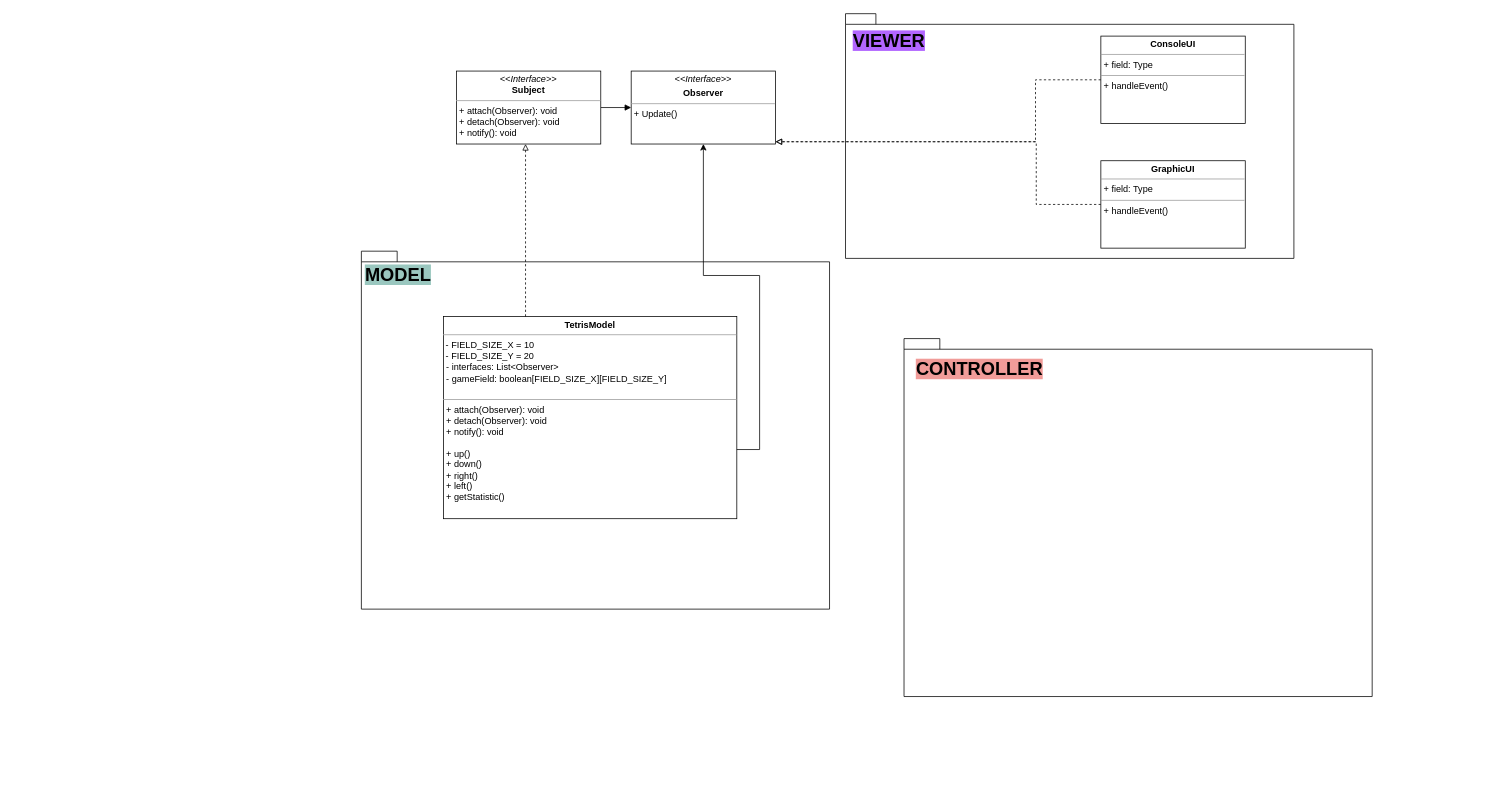
Earlier version of the draw.io diagram JAVA_OOP/uml/tetris.drawio (extio1/FIT_NSU4). Source tidied: cells renumbered, new cells numbered last; positions are measured from the earlier drawing's top-left corner, leaving out a move shared by most shapes. Both pictures are drawn from the tidied source at 76%, with x=0, y=0 at pixel (361, 14).
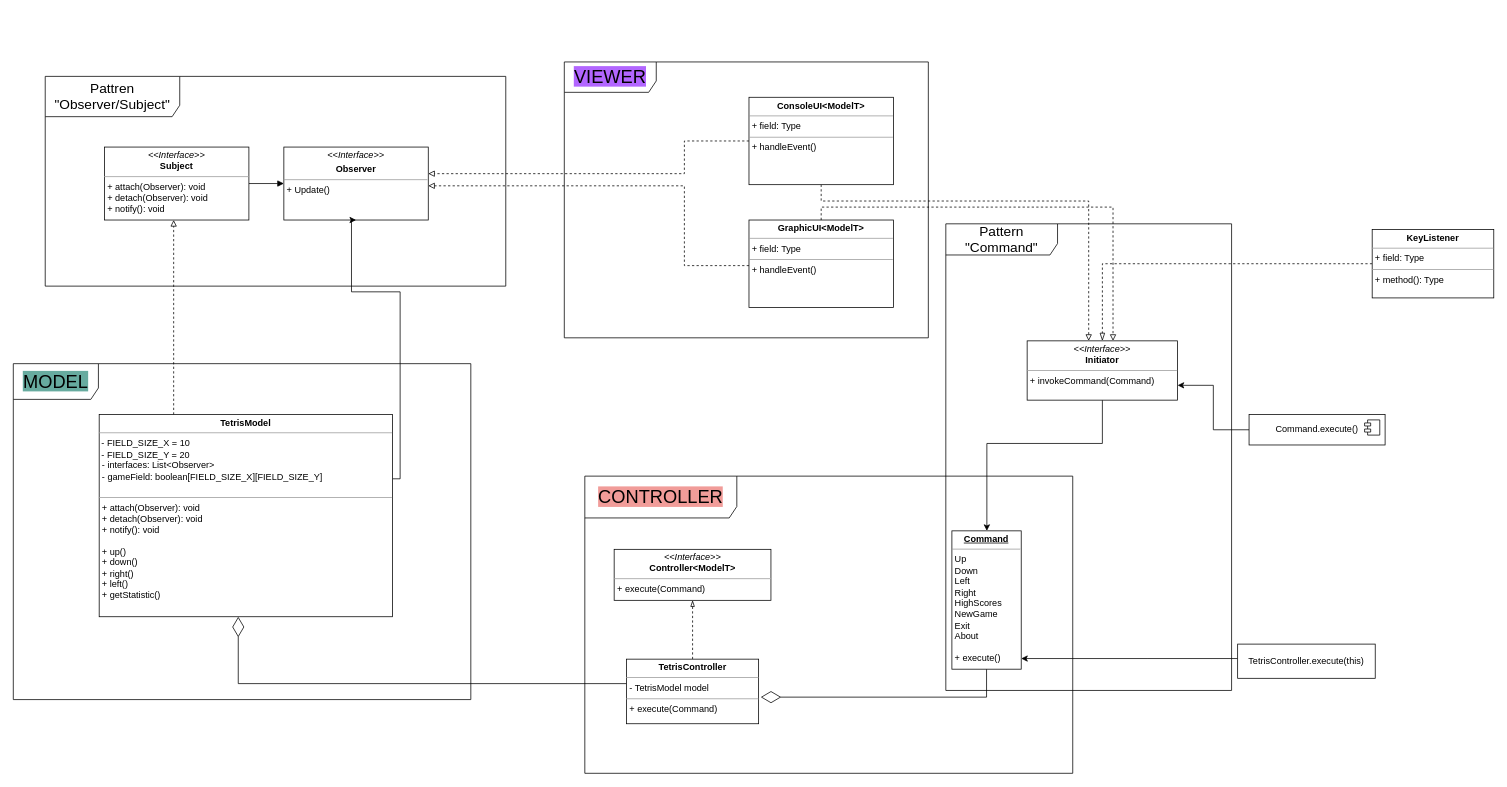
After the change.

Change to the diagram source:
```diff
@@
-    <mxCell id="2" style="group;" parent="1" vertex="1">
-      <mxGeometry x="714" y="427" width="616" height="471" as="geometry" />
-    </mxCell>
-    <mxCell id="3" style="shape=folder;fontStyle=1;spacingTop=10;tabWidth=40;tabHeight=14;tabPosition=left;html=1;whiteSpace=wrap;" parent="2" vertex="1">
-      <mxGeometry width="616" height="471" as="geometry" />
-    </mxCell>
-    <mxCell id="4" value="&lt;font style=&quot;font-size: 24px; background-color: rgb(241, 156, 153);&quot;&gt;CONTROLLER&lt;/font&gt;" style="text;align=center;fontStyle=1;verticalAlign=middle;spacingLeft=3;spacingRight=3;strokeColor=none;html=1;" parent="2" vertex="1">
-      <mxGeometry x="59" y="28" width="80" height="26" as="geometry" />
-    </mxCell>
-    <mxCell id="5" style="group;" parent="1" vertex="1">
-      <mxGeometry x="637" y="-0.5" width="590" height="322" as="geometry" />
-    </mxCell>
-    <mxCell id="6" style="shape=folder;fontStyle=1;spacingTop=10;tabWidth=40;tabHeight=14;tabPosition=left;html=1;whiteSpace=wrap;" parent="5" vertex="1">
-      <mxGeometry width="590" height="322" as="geometry" />
-    </mxCell>
-    <mxCell id="7" value="&lt;font style=&quot;font-size: 24px; background-color: rgb(178, 102, 255);&quot;&gt;VIEWER&lt;/font&gt;" style="text;align=center;fontStyle=1;verticalAlign=middle;spacingLeft=3;spacingRight=3;strokeColor=none;html=1;" parent="5" vertex="1">
-      <mxGeometry x="17" y="23.5" width="80" height="26" as="geometry" />
-    </mxCell>
-    <mxCell id="8" style="group;" parent="1" vertex="1">
-      <mxGeometry y="312" width="616" height="471" as="geometry" />
-    </mxCell>
-    <mxCell id="9" style="shape=folder;fontStyle=1;spacingTop=10;tabWidth=40;tabHeight=14;tabPosition=left;html=1;whiteSpace=wrap;" parent="8" vertex="1">
-      <mxGeometry width="616" height="471" as="geometry" />
-    </mxCell>
-    <mxCell id="10" value="&lt;font style=&quot;font-size: 24px; background-color: rgb(154, 199, 191);&quot;&gt;MODEL&lt;/font&gt;" style="text;align=center;fontStyle=1;verticalAlign=middle;spacingLeft=3;spacingRight=3;strokeColor=none;html=1;" parent="8" vertex="1">
-      <mxGeometry x="8" y="19" width="80" height="26" as="geometry" />
-    </mxCell>
-    <mxCell id="11" value="&lt;p style=&quot;margin:0px;margin-top:4px;text-align:center;&quot;&gt;&lt;b&gt;TetrisModel&lt;/b&gt;&lt;/p&gt;&lt;hr size=&quot;1&quot;&gt;&amp;nbsp;- FIELD_SIZE_X = 10&lt;br&gt;&amp;nbsp;- FIELD_SIZE_Y = 20&lt;br&gt;&lt;p style=&quot;margin:0px;margin-left:4px;&quot;&gt;- interfaces: List&amp;lt;Observer&amp;gt;&lt;/p&gt;&lt;p style=&quot;margin:0px;margin-left:4px;&quot;&gt;- gameField: boolean[FIELD_SIZE_X][FIELD_SIZE_Y]&lt;/p&gt;&lt;p style=&quot;margin:0px;margin-left:4px;&quot;&gt;&lt;br&gt;&lt;/p&gt;&lt;hr size=&quot;1&quot;&gt;&lt;p style=&quot;border-color: var(--border-color); margin: 0px 0px 0px 4px;&quot;&gt;+ attach(Observer): void&lt;br style=&quot;border-color: var(--border-color);&quot;&gt;+ detach(Observer): void&lt;/p&gt;&lt;p style=&quot;border-color: var(--border-color); margin: 0px 0px 0px 4px;&quot;&gt;+ notify(): void&lt;/p&gt;&lt;p style=&quot;border-color: var(--border-color); margin: 0px 0px 0px 4px;&quot;&gt;&lt;br&gt;&lt;/p&gt;&lt;p style=&quot;border-color: var(--border-color); margin: 0px 0px 0px 4px;&quot;&gt;+ up()&lt;/p&gt;&lt;p style=&quot;border-color: var(--border-color); margin: 0px 0px 0px 4px;&quot;&gt;+ down()&lt;/p&gt;&lt;p style=&quot;border-color: var(--border-color); margin: 0px 0px 0px 4px;&quot;&gt;+ right()&lt;/p&gt;&lt;p style=&quot;border-color: var(--border-color); margin: 0px 0px 0px 4px;&quot;&gt;+ left()&lt;/p&gt;&lt;p style=&quot;border-color: var(--border-color); margin: 0px 0px 0px 4px;&quot;&gt;+ getStatistic()&lt;/p&gt;&lt;p style=&quot;border-color: var(--border-color); margin: 0px 0px 0px 4px;&quot;&gt;&lt;br&gt;&lt;/p&gt;" style="verticalAlign=top;align=left;overflow=fill;fontSize=12;fontFamily=Helvetica;html=1;whiteSpace=wrap;" parent="8" vertex="1">
-      <mxGeometry x="108" y="86" width="386" height="266" as="geometry" />
-    </mxCell>
@@
     <mxCell id="13" style="edgeStyle=orthogonalEdgeStyle;rounded=0;jettySize=auto;html=1;endArrow=block;endFill=0;dashed=1;" parent="1" edge="1" source="14" target="16">
       <mxGeometry relative="1" as="geometry">
         <Array as="points">
-          <mxPoint x="888" y="250" />
-          <mxPoint x="888" y="168" />
+          <mxPoint x="425" y="331" />
+          <mxPoint x="425" y="226" />
         </Array>
       </mxGeometry>
     </mxCell>
+    <mxCell id="22" style="edgeStyle=orthogonalEdgeStyle;rounded=0;jettySize=auto;html=1;exitX=0.5;exitY=0;exitDx=0;exitDy=0;dashed=1;endArrow=block;endFill=0;" parent="1" edge="1" source="14" target="25">
+      <mxGeometry relative="1" as="geometry">
+        <Array as="points">
+          <mxPoint x="605" y="254" />
+          <mxPoint x="989" y="254" />
+        </Array>
+      </mxGeometry>
+    </mxCell>
-    <mxCell id="14" value="&lt;p style=&quot;margin:0px;margin-top:4px;text-align:center;&quot;&gt;&lt;b&gt;GraphicUI&lt;/b&gt;&lt;/p&gt;&lt;hr size=&quot;1&quot;&gt;&lt;p style=&quot;margin:0px;margin-left:4px;&quot;&gt;+ field: Type&lt;/p&gt;&lt;hr size=&quot;1&quot;&gt;&lt;p style=&quot;margin:0px;margin-left:4px;&quot;&gt;+ handleEvent()&lt;br&gt;&lt;/p&gt;" style="verticalAlign=top;align=left;overflow=fill;fontSize=12;fontFamily=Helvetica;html=1;whiteSpace=wrap;" parent="1" vertex="1">
-      <mxGeometry x="973" y="193" width="190" height="115" as="geometry" />
+    <mxCell id="14" value="&lt;p style=&quot;margin:0px;margin-top:4px;text-align:center;&quot;&gt;&lt;b&gt;GraphicUI&amp;lt;ModelT&amp;gt;&lt;/b&gt;&lt;/p&gt;&lt;hr size=&quot;1&quot;&gt;&lt;p style=&quot;margin:0px;margin-left:4px;&quot;&gt;+ field: Type&lt;/p&gt;&lt;hr size=&quot;1&quot;&gt;&lt;p style=&quot;margin:0px;margin-left:4px;&quot;&gt;+ handleEvent()&lt;br&gt;&lt;/p&gt;" style="verticalAlign=top;align=left;overflow=fill;fontSize=12;fontFamily=Helvetica;html=1;whiteSpace=wrap;" parent="1" vertex="1">
+      <mxGeometry x="510" y="271" width="190" height="115" as="geometry" />
     </mxCell>
-    <mxCell id="15" style="edgeStyle=orthogonalEdgeStyle;rounded=0;jettySize=auto;html=1;entryX=0.5;entryY=1;entryDx=0;entryDy=0;" parent="1" edge="1" source="11" target="16">
-      <mxGeometry relative="1" as="geometry">
-        <Array as="points">
-          <mxPoint x="524" y="573" />
-          <mxPoint x="524" y="344" />
-          <mxPoint x="450" y="344" />
-        </Array>
-      </mxGeometry>
-    </mxCell>
     <mxCell id="16" value="&lt;p style=&quot;margin:0px;margin-top:4px;text-align:center;&quot;&gt;&lt;i&gt;&amp;lt;&amp;lt;Interface&amp;gt;&amp;gt;&lt;/i&gt;&lt;br&gt;&lt;/p&gt;&lt;p style=&quot;margin:0px;margin-top:4px;text-align:center;&quot;&gt;&lt;b style=&quot;border-color: var(--border-color);&quot;&gt;Observer&lt;/b&gt;&lt;br&gt;&lt;/p&gt;&lt;hr size=&quot;1&quot;&gt;&lt;p style=&quot;margin:0px;margin-left:4px;&quot;&gt;+ Update()&lt;/p&gt;" style="verticalAlign=top;align=left;overflow=fill;fontSize=12;fontFamily=Helvetica;html=1;whiteSpace=wrap;" parent="1" vertex="1">
-      <mxGeometry x="355" y="75" width="190" height="96" as="geometry" />
+      <mxGeometry x="-102" y="175" width="190" height="96" as="geometry" />
     </mxCell>
     <mxCell id="17" style="edgeStyle=orthogonalEdgeStyle;rounded=0;jettySize=auto;html=1;endArrow=block;endFill=0;dashed=1;" parent="1" edge="1" source="18" target="16">
       <mxGeometry relative="1" as="geometry">
         <Array as="points">
-          <mxPoint x="887" y="86" />
-          <mxPoint x="887" y="168" />
+          <mxPoint x="425" y="167" />
+          <mxPoint x="425" y="210" />
         </Array>
       </mxGeometry>
     </mxCell>
+    <mxCell id="23" style="edgeStyle=orthogonalEdgeStyle;rounded=0;jettySize=auto;html=1;dashed=1;endArrow=block;endFill=0;" parent="1" edge="1" source="18" target="25">
+      <mxGeometry relative="1" as="geometry">
+        <Array as="points">
+          <mxPoint x="605" y="246" />
+          <mxPoint x="957" y="246" />
+        </Array>
+      </mxGeometry>
+    </mxCell>
-    <mxCell id="18" value="&lt;p style=&quot;margin:0px;margin-top:4px;text-align:center;&quot;&gt;&lt;b&gt;ConsoleUI&lt;/b&gt;&lt;/p&gt;&lt;hr size=&quot;1&quot;&gt;&lt;p style=&quot;margin:0px;margin-left:4px;&quot;&gt;+ field: Type&lt;/p&gt;&lt;hr size=&quot;1&quot;&gt;&lt;p style=&quot;margin:0px;margin-left:4px;&quot;&gt;+ handleEvent()&lt;br&gt;&lt;/p&gt;" style="verticalAlign=top;align=left;overflow=fill;fontSize=12;fontFamily=Helvetica;html=1;whiteSpace=wrap;" parent="1" vertex="1">
-      <mxGeometry x="973" y="29" width="190" height="115" as="geometry" />
+    <mxCell id="18" value="&lt;p style=&quot;margin:0px;margin-top:4px;text-align:center;&quot;&gt;&lt;b&gt;ConsoleUI&amp;lt;ModelT&amp;gt;&lt;/b&gt;&lt;/p&gt;&lt;hr size=&quot;1&quot;&gt;&lt;p style=&quot;margin:0px;margin-left:4px;&quot;&gt;+ field: Type&lt;/p&gt;&lt;hr size=&quot;1&quot;&gt;&lt;p style=&quot;margin:0px;margin-left:4px;&quot;&gt;+ handleEvent()&lt;br&gt;&lt;/p&gt;" style="verticalAlign=top;align=left;overflow=fill;fontSize=12;fontFamily=Helvetica;html=1;whiteSpace=wrap;" parent="1" vertex="1">
+      <mxGeometry x="510" y="109.5" width="190" height="115" as="geometry" />
     </mxCell>
     <mxCell id="19" value="&lt;p style=&quot;margin:0px;margin-top:4px;text-align:center;&quot;&gt;&lt;i&gt;&amp;lt;&amp;lt;Interface&amp;gt;&amp;gt;&lt;/i&gt;&lt;br&gt;&lt;b&gt;Subject&lt;/b&gt;&lt;/p&gt;&lt;hr size=&quot;1&quot;&gt;&lt;p style=&quot;margin:0px;margin-left:4px;&quot;&gt;+ attach(Observer): void&lt;br&gt;+ detach(Observer): void&lt;/p&gt;&lt;p style=&quot;margin:0px;margin-left:4px;&quot;&gt;+ notify(): void&lt;/p&gt;" style="verticalAlign=top;align=left;overflow=fill;fontSize=12;fontFamily=Helvetica;html=1;whiteSpace=wrap;" parent="1" vertex="1">
-      <mxGeometry x="125" y="75" width="190" height="96" as="geometry" />
+      <mxGeometry x="-338" y="175" width="190" height="96" as="geometry" />
     </mxCell>
@@
     <mxCell id="21" style="edgeStyle=orthogonalEdgeStyle;rounded=0;jettySize=auto;html=1;dashed=1;endArrow=block;endFill=0;" parent="1" edge="1" source="11" target="19">
       <mxGeometry relative="1" as="geometry">
         <Array as="points">
-          <mxPoint x="216" y="256" />
-          <mxPoint x="216" y="256" />
+          <mxPoint x="-247" y="336.5" />
+          <mxPoint x="-247" y="336.5" />
         </Array>
       </mxGeometry>
     </mxCell>
+    <mxCell id="15" style="edgeStyle=orthogonalEdgeStyle;rounded=0;jettySize=auto;html=1;entryX=0.5;entryY=1;entryDx=0;entryDy=0;" parent="1" edge="1" source="11" target="16">
+      <mxGeometry relative="1" as="geometry">
+        <Array as="points">
+          <mxPoint x="51" y="611.5" />
+          <mxPoint x="51" y="365.5" />
+          <mxPoint x="-13" y="365.5" />
+        </Array>
+      </mxGeometry>
+    </mxCell>
+    <mxCell id="24" style="edgeStyle=orthogonalEdgeStyle;rounded=0;jettySize=auto;html=1;" parent="1" edge="1" source="25" target="39">
+      <mxGeometry relative="1" as="geometry">
+        <Array as="points">
+          <mxPoint x="823" y="565" />
+        </Array>
+      </mxGeometry>
+    </mxCell>
+    <mxCell id="25" value="&lt;p style=&quot;margin:0px;margin-top:4px;text-align:center;&quot;&gt;&lt;i&gt;&amp;lt;&amp;lt;Interface&amp;gt;&amp;gt;&lt;/i&gt;&lt;br&gt;&lt;b&gt;Initiator&lt;/b&gt;&lt;/p&gt;&lt;hr size=&quot;1&quot;&gt;&lt;p style=&quot;margin:0px;margin-left:4px;&quot;&gt;&lt;/p&gt;&lt;p style=&quot;margin:0px;margin-left:4px;&quot;&gt;+ invokeCommand(Command)&lt;br&gt;&lt;/p&gt;" style="verticalAlign=top;align=left;overflow=fill;fontSize=12;fontFamily=Helvetica;html=1;whiteSpace=wrap;" parent="1" vertex="1">
+      <mxGeometry x="876" y="430" width="198" height="78" as="geometry" />
+    </mxCell>
+    <mxCell id="26" style="edgeStyle=orthogonalEdgeStyle;rounded=0;jettySize=auto;html=1;endArrow=diamondThin;endFill=0;targetPerimeterSpacing=0;endSize=24;startSize=9;" parent="1" edge="1" source="36" target="11">
+      <mxGeometry relative="1" as="geometry">
+        <Array as="points">
+          <mxPoint x="-162" y="881" />
+        </Array>
+      </mxGeometry>
+    </mxCell>
+    <mxCell id="27" style="edgeStyle=orthogonalEdgeStyle;rounded=0;jettySize=auto;html=1;entryX=0.5;entryY=0;entryDx=0;entryDy=0;endArrow=blockThin;endFill=0;dashed=1;endSize=8;" parent="1" edge="1" source="28" target="25">
+      <mxGeometry relative="1" as="geometry">
+        <Array as="points">
+          <mxPoint x="975" y="328" />
+        </Array>
+      </mxGeometry>
+    </mxCell>
+    <mxCell id="28" value="&lt;p style=&quot;margin:0px;margin-top:4px;text-align:center;&quot;&gt;&lt;b&gt;KeyListener&lt;/b&gt;&lt;/p&gt;&lt;hr size=&quot;1&quot;&gt;&lt;p style=&quot;margin:0px;margin-left:4px;&quot;&gt;+ field: Type&lt;/p&gt;&lt;hr size=&quot;1&quot;&gt;&lt;p style=&quot;margin:0px;margin-left:4px;&quot;&gt;+ method(): Type&lt;/p&gt;" style="verticalAlign=top;align=left;overflow=fill;fontSize=12;fontFamily=Helvetica;html=1;whiteSpace=wrap;" parent="1" vertex="1">
+      <mxGeometry x="1330" y="283.5" width="160" height="90" as="geometry" />
+    </mxCell>
+    <mxCell id="29" style="edgeStyle=orthogonalEdgeStyle;rounded=0;jettySize=auto;html=1;entryX=1;entryY=0.75;entryDx=0;entryDy=0;" parent="1" edge="1" source="30" target="25">
+      <mxGeometry relative="1" as="geometry" />
+    </mxCell>
+    <mxCell id="30" value="Command.execute()" style="html=1;whiteSpace=wrap;" parent="1" vertex="1">
+      <mxGeometry x="1168" y="527" width="179" height="40" as="geometry" />
+    </mxCell>
+    <mxCell id="31" style="shape=module;jettyWidth=8;jettyHeight=4;" parent="30" vertex="1">
+      <mxGeometry x="1" width="20" height="20" relative="1" as="geometry">
+        <mxPoint x="-27" y="7" as="offset" />
+      </mxGeometry>
+    </mxCell>
+    <mxCell id="32" style="edgeStyle=orthogonalEdgeStyle;rounded=0;jettySize=auto;html=1;" parent="1" edge="1" source="33" target="39">
+      <mxGeometry relative="1" as="geometry">
+        <Array as="points">
+          <mxPoint x="1035" y="848" />
+          <mxPoint x="1035" y="848" />
+        </Array>
+      </mxGeometry>
+    </mxCell>
+    <mxCell id="33" value="TetrisController.execute(this)" style="html=1;whiteSpace=wrap;" parent="1" vertex="1">
+      <mxGeometry x="1153" y="829" width="181" height="45" as="geometry" />
+    </mxCell>
+    <mxCell id="11" value="&lt;p style=&quot;margin:0px;margin-top:4px;text-align:center;&quot;&gt;&lt;b&gt;TetrisModel&lt;/b&gt;&lt;/p&gt;&lt;hr size=&quot;1&quot;&gt;&amp;nbsp;- FIELD_SIZE_X = 10&lt;br&gt;&amp;nbsp;- FIELD_SIZE_Y = 20&lt;br&gt;&lt;p style=&quot;margin:0px;margin-left:4px;&quot;&gt;- interfaces: List&amp;lt;Observer&amp;gt;&lt;/p&gt;&lt;p style=&quot;margin:0px;margin-left:4px;&quot;&gt;- gameField: boolean[FIELD_SIZE_X][FIELD_SIZE_Y]&lt;/p&gt;&lt;p style=&quot;margin:0px;margin-left:4px;&quot;&gt;&lt;br&gt;&lt;/p&gt;&lt;hr size=&quot;1&quot;&gt;&lt;p style=&quot;border-color: var(--border-color); margin: 0px 0px 0px 4px;&quot;&gt;+ attach(Observer): void&lt;br style=&quot;border-color: var(--border-color);&quot;&gt;+ detach(Observer): void&lt;/p&gt;&lt;p style=&quot;border-color: var(--border-color); margin: 0px 0px 0px 4px;&quot;&gt;+ notify(): void&lt;/p&gt;&lt;p style=&quot;border-color: var(--border-color); margin: 0px 0px 0px 4px;&quot;&gt;&lt;br&gt;&lt;/p&gt;&lt;p style=&quot;border-color: var(--border-color); margin: 0px 0px 0px 4px;&quot;&gt;+ up()&lt;/p&gt;&lt;p style=&quot;border-color: var(--border-color); margin: 0px 0px 0px 4px;&quot;&gt;+ down()&lt;/p&gt;&lt;p style=&quot;border-color: var(--border-color); margin: 0px 0px 0px 4px;&quot;&gt;+ right()&lt;/p&gt;&lt;p style=&quot;border-color: var(--border-color); margin: 0px 0px 0px 4px;&quot;&gt;+ left()&lt;/p&gt;&lt;p style=&quot;border-color: var(--border-color); margin: 0px 0px 0px 4px;&quot;&gt;+ getStatistic()&lt;/p&gt;&lt;p style=&quot;border-color: var(--border-color); margin: 0px 0px 0px 4px;&quot;&gt;&lt;br&gt;&lt;/p&gt;" style="verticalAlign=top;align=left;overflow=fill;fontSize=12;fontFamily=Helvetica;html=1;whiteSpace=wrap;" parent="1" vertex="1">
+      <mxGeometry x="-345" y="527" width="386" height="266" as="geometry" />
+    </mxCell>
+    <mxCell id="10" value="&lt;font style=&quot;font-size: 24px; background-color: rgb(103, 171, 159);&quot;&gt;MODEL&lt;/font&gt;" style="shape=umlFrame;whiteSpace=wrap;html=1;width=112;height=47;" parent="1" vertex="1">
+      <mxGeometry x="-458" y="460" width="602" height="442" as="geometry" />
+    </mxCell>
+    <mxCell id="34" value="&lt;p style=&quot;margin:0px;margin-top:4px;text-align:center;&quot;&gt;&lt;i&gt;&amp;lt;&amp;lt;Interface&amp;gt;&amp;gt;&lt;/i&gt;&lt;br&gt;&lt;b&gt;Controller&amp;lt;ModelT&amp;gt;&lt;/b&gt;&lt;/p&gt;&lt;hr size=&quot;1&quot;&gt;&lt;p style=&quot;margin:0px;margin-left:4px;&quot;&gt;&lt;/p&gt;&lt;p style=&quot;margin:0px;margin-left:4px;&quot;&gt;+ execute(Command)&lt;br&gt;&lt;br&gt;&lt;/p&gt;" style="verticalAlign=top;align=left;overflow=fill;fontSize=12;fontFamily=Helvetica;html=1;whiteSpace=wrap;" parent="1" vertex="1">
+      <mxGeometry x="332.6" y="704.3" width="206.3" height="67.1" as="geometry" />
+    </mxCell>
+    <mxCell id="35" style="edgeStyle=orthogonalEdgeStyle;rounded=0;jettySize=auto;html=1;endArrow=blockThin;endFill=0;dashed=1;" parent="1" edge="1" source="36" target="34">
+      <mxGeometry relative="1" as="geometry" />
+    </mxCell>
+    <mxCell id="36" value="&lt;p style=&quot;margin:0px;margin-top:4px;text-align:center;&quot;&gt;&lt;b&gt;TetrisController&lt;/b&gt;&lt;/p&gt;&lt;hr size=&quot;1&quot;&gt;&lt;p style=&quot;margin:0px;margin-left:4px;&quot;&gt;-&amp;nbsp;&lt;span style=&quot;border-color: var(--border-color); text-align: center;&quot;&gt;TetrisModel&lt;/span&gt;&lt;span style=&quot;background-color: initial;&quot;&gt;&amp;nbsp;model&lt;/span&gt;&lt;/p&gt;&lt;hr size=&quot;1&quot;&gt;&lt;p style=&quot;margin:0px;margin-left:4px;&quot;&gt;+ execute(Command)&lt;/p&gt;" style="verticalAlign=top;align=left;overflow=fill;fontSize=12;fontFamily=Helvetica;html=1;whiteSpace=wrap;" parent="1" vertex="1">
+      <mxGeometry x="348.9" y="848.8" width="173.8" height="85" as="geometry" />
+    </mxCell>
+    <mxCell id="37" style="edgeStyle=orthogonalEdgeStyle;rounded=0;jettySize=auto;html=1;entryX=1.016;entryY=0.588;entryDx=0;entryDy=0;entryPerimeter=0;endArrow=diamondThin;endFill=0;endSize=24;" parent="1" edge="1" source="39" target="36">
+      <mxGeometry relative="1" as="geometry">
+        <Array as="points">
+          <mxPoint x="823" y="899" />
+        </Array>
+      </mxGeometry>
+    </mxCell>
+    <mxCell id="4" value="&lt;font style=&quot;font-size: 24px; background-color: rgb(241, 156, 153);&quot;&gt;CONTROLLER&lt;/font&gt;" style="shape=umlFrame;whiteSpace=wrap;html=1;width=200;height=55;" parent="1" vertex="1">
+      <mxGeometry x="294" y="608" width="642" height="391" as="geometry" />
+    </mxCell>
+    <mxCell id="38" style="group;" parent="1" vertex="1">
+      <mxGeometry x="777" y="680" width="91.2" height="182" as="geometry" />
+    </mxCell>
+    <mxCell id="39" value="&lt;p style=&quot;margin:0px;margin-top:4px;text-align:center;&quot;&gt;&lt;b&gt;&lt;u&gt;Command&lt;/u&gt;&lt;/b&gt;&lt;/p&gt;&lt;hr size=&quot;1&quot;&gt;&lt;p style=&quot;margin:0px;margin-left:4px;&quot;&gt;&lt;/p&gt;&lt;p style=&quot;margin:0px;margin-left:4px;&quot;&gt;Up&lt;br&gt;Down&lt;/p&gt;&lt;p style=&quot;margin:0px;margin-left:4px;&quot;&gt;Left&lt;/p&gt;&lt;p style=&quot;margin:0px;margin-left:4px;&quot;&gt;Right&lt;/p&gt;&lt;p style=&quot;margin:0px;margin-left:4px;&quot;&gt;HighScores&lt;/p&gt;&lt;p style=&quot;margin:0px;margin-left:4px;&quot;&gt;NewGame&lt;/p&gt;&lt;p style=&quot;margin:0px;margin-left:4px;&quot;&gt;Exit&lt;/p&gt;&lt;p style=&quot;margin:0px;margin-left:4px;&quot;&gt;About&lt;/p&gt;&lt;p style=&quot;margin:0px;margin-left:4px;&quot;&gt;&lt;br&gt;&lt;/p&gt;&lt;p style=&quot;margin:0px;margin-left:4px;&quot;&gt;+ execute()&lt;/p&gt;" style="verticalAlign=top;align=left;overflow=fill;fontSize=12;fontFamily=Helvetica;html=1;whiteSpace=wrap;" parent="38" vertex="1">
+      <mxGeometry width="91.2" height="182" as="geometry" />
+    </mxCell>
+    <mxCell id="40" style="line;strokeWidth=1;fillColor=none;align=left;verticalAlign=middle;spacingTop=-1;spacingLeft=3;spacingRight=3;labelPosition=right;strokeColor=inherit;" parent="38" vertex="1">
+      <mxGeometry y="154.8" width="91.2" height="7.6" as="geometry" />
+    </mxCell>
+    <mxCell id="7" value="&lt;font style=&quot;font-size: 24px; background-color: rgb(178, 102, 255);&quot;&gt;VIEWER&lt;/font&gt;" style="shape=umlFrame;whiteSpace=wrap;html=1;width=121;height=40;" parent="1" vertex="1">
+      <mxGeometry x="267" y="63" width="479" height="363" as="geometry" />
+    </mxCell>
+    <mxCell id="41" value="&lt;font style=&quot;font-size: 18px;&quot;&gt;Pattren &quot;Observer/Subject&quot;&lt;/font&gt;" style="shape=umlFrame;whiteSpace=wrap;html=1;width=177;height=53;" parent="1" vertex="1">
+      <mxGeometry x="-416" y="82" width="606" height="276" as="geometry" />
+    </mxCell>
+    <mxCell id="42" value="&lt;font style=&quot;font-size: 18px;&quot;&gt;Pattern &quot;Command&quot;&lt;/font&gt;" style="shape=umlFrame;whiteSpace=wrap;html=1;width=147;height=41;" parent="1" vertex="1">
+      <mxGeometry x="769" y="276" width="376" height="614" as="geometry" />
+    </mxCell>
```
